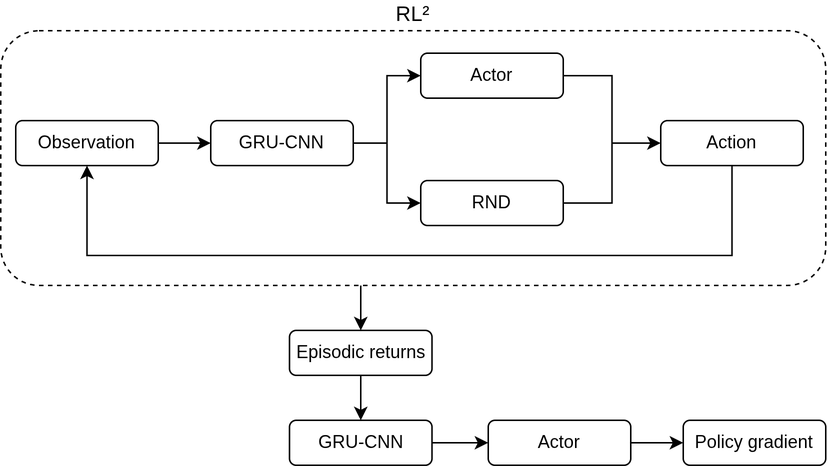
The draw.io diagram img/architecture.png in pereirarodrigo/vijnana, before a commit. Source tidied: cells renumbered, new cells last; positions are measured from the earlier drawing's top-left corner, leaving out a move shared by most shapes.
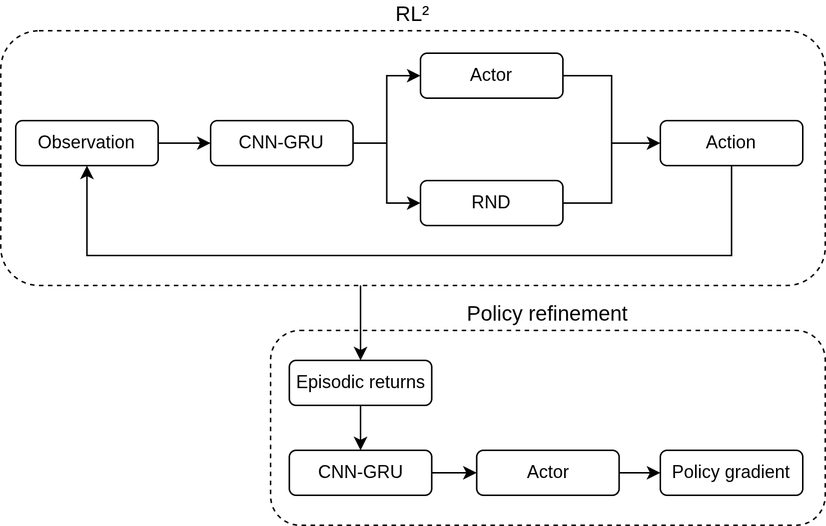
After the commit.

Commit message:
RIML architecture image update

Change to the diagram source:
```diff
@@ -2,6 +2,9 @@
   <root>
     <mxCell id="0" />
     <mxCell id="1" parent="0" />
+    <mxCell id="22" value="Policy refinement" style="rounded=1;whiteSpace=wrap;html=1;fontSize=14;labelPosition=center;verticalLabelPosition=top;align=center;verticalAlign=bottom;fillColor=default;strokeColor=default;dashed=1;" parent="1" vertex="1">
+      <mxGeometry x="180" y="200" width="370" height="130" as="geometry" />
+    </mxCell>
     <mxCell id="2" style="edgeStyle=orthogonalEdgeStyle;rounded=0;jettySize=auto;html=1;entryX=0.5;entryY=0;entryDx=0;entryDy=0;" parent="1" edge="1" source="3" target="16">
       <mxGeometry relative="1" as="geometry">
         <Array as="points">
@@ -25,7 +28,7 @@
     <mxCell id="7" style="edgeStyle=orthogonalEdgeStyle;rounded=0;jettySize=auto;html=1;exitX=1;exitY=0.5;exitDx=0;exitDy=0;entryX=0;entryY=0.5;entryDx=0;entryDy=0;" parent="1" edge="1" source="8" target="12">
       <mxGeometry relative="1" as="geometry" />
     </mxCell>
-    <mxCell id="8" value="GRU-CNN" style="rounded=1;whiteSpace=wrap;html=1;fontSize=12;" parent="1" vertex="1">
+    <mxCell id="8" value="CNN-GRU" style="rounded=1;whiteSpace=wrap;html=1;fontSize=12;" parent="1" vertex="1">
       <mxGeometry x="140" y="60" width="95" height="30" as="geometry" />
     </mxCell>
     <mxCell id="9" style="edgeStyle=orthogonalEdgeStyle;rounded=0;jettySize=auto;html=1;exitX=1;exitY=0.5;exitDx=0;exitDy=0;entryX=0;entryY=0.5;entryDx=0;entryDy=0;" parent="1" edge="1" source="10" target="14">
@@ -55,22 +58,22 @@
       <mxGeometry relative="1" as="geometry" />
     </mxCell>
     <mxCell id="16" value="Episodic returns" style="rounded=1;whiteSpace=wrap;html=1;fontSize=12;" parent="1" vertex="1">
-      <mxGeometry x="192.5" y="200" width="95" height="30" as="geometry" />
+      <mxGeometry x="192.5" y="220" width="95" height="30" as="geometry" />
     </mxCell>
     <mxCell id="17" style="edgeStyle=orthogonalEdgeStyle;rounded=0;jettySize=auto;html=1;exitX=1;exitY=0.5;exitDx=0;exitDy=0;" parent="1" edge="1" source="18" target="20">
       <mxGeometry relative="1" as="geometry" />
     </mxCell>
-    <mxCell id="18" value="GRU-CNN" style="rounded=1;whiteSpace=wrap;html=1;fontSize=12;" parent="1" vertex="1">
-      <mxGeometry x="192.5" y="260" width="95" height="30" as="geometry" />
+    <mxCell id="18" value="CNN-GRU" style="rounded=1;whiteSpace=wrap;html=1;fontSize=12;" parent="1" vertex="1">
+      <mxGeometry x="192.5" y="280" width="95" height="30" as="geometry" />
     </mxCell>
     <mxCell id="19" style="edgeStyle=orthogonalEdgeStyle;rounded=0;jettySize=auto;html=1;exitX=1;exitY=0.5;exitDx=0;exitDy=0;entryX=0;entryY=0.5;entryDx=0;entryDy=0;" parent="1" edge="1" source="20" target="21">
       <mxGeometry relative="1" as="geometry" />
     </mxCell>
     <mxCell id="20" value="Actor" style="rounded=1;whiteSpace=wrap;html=1;fontSize=12;" parent="1" vertex="1">
-      <mxGeometry x="325" y="260" width="95" height="30" as="geometry" />
+      <mxGeometry x="317.5" y="280" width="95" height="30" as="geometry" />
     </mxCell>
     <mxCell id="21" value="Policy gradient" style="rounded=1;whiteSpace=wrap;html=1;fontSize=12;" parent="1" vertex="1">
-      <mxGeometry x="455" y="260" width="95" height="30" as="geometry" />
+      <mxGeometry x="440" y="280" width="95" height="30" as="geometry" />
     </mxCell>
   </root>
 </mxGraphModel>
```
